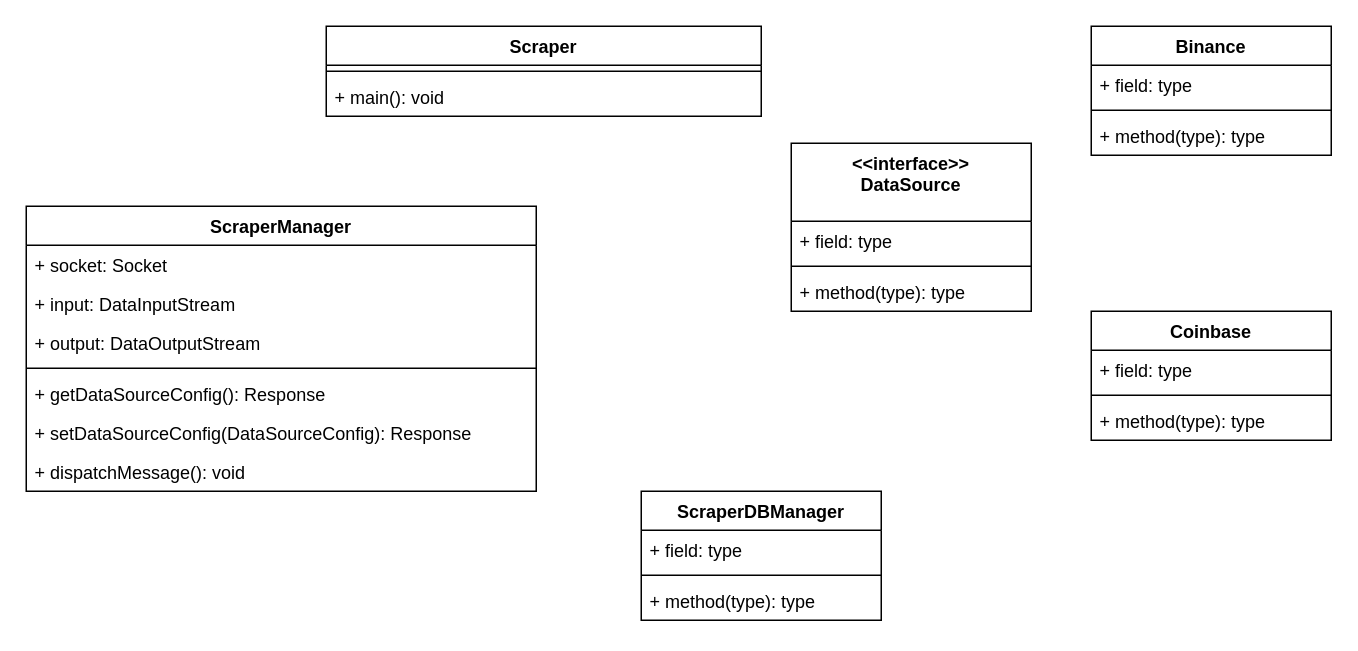
Before: page "Scraper" (3 of 4) of drawio/project.drawio in nferrante1/lsmsd2, a draw.io diagram. Source tidied: cells renumbered, new cells numbered last; positions are measured from the earlier drawing's top-left corner, leaving out a move shared by most shapes. Both pictures are drawn from the tidied source at 150%, with x=0, y=0 at pixel (26, 26).
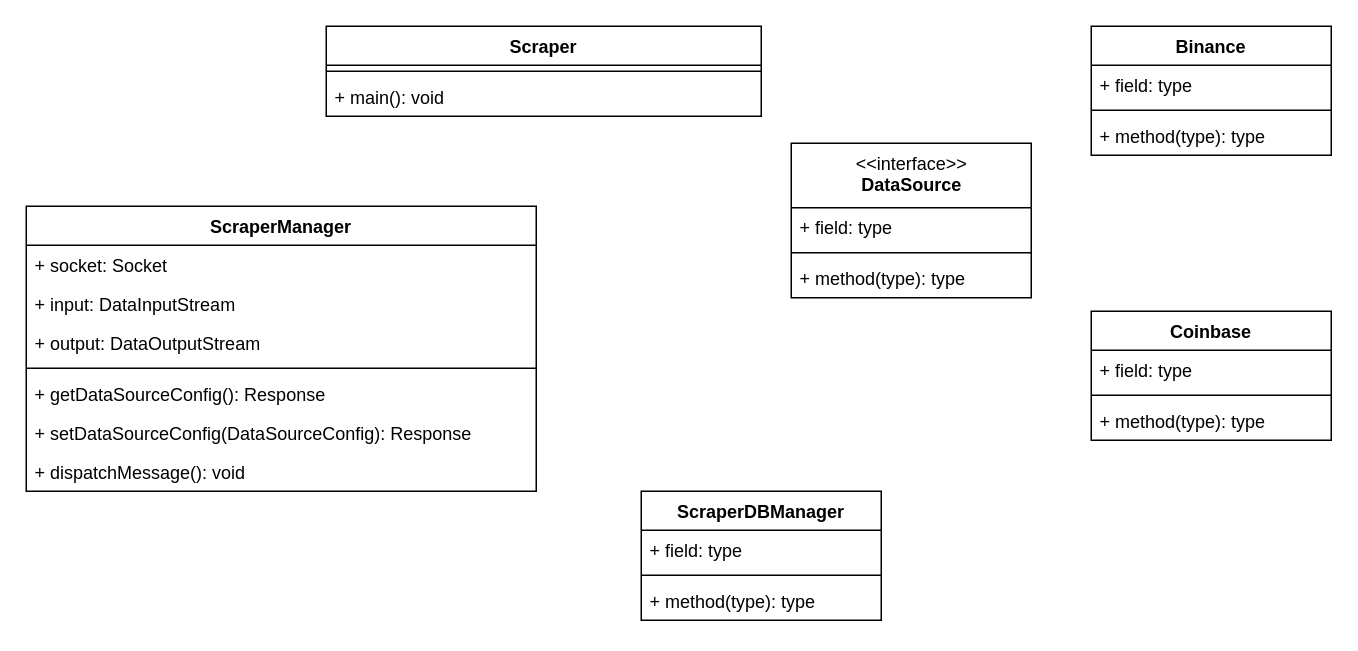
The same page after the edit.

What changed in the source:
```diff
@@
-    <mxCell id="22" value="&lt;&lt;interface&gt;&gt;&#10;DataSource" style="swimlane;fontStyle=1;align=center;verticalAlign=top;horizontal=1;startSize=52;" parent="1" vertex="1">
-      <mxGeometry x="510" y="78" width="160" height="112" as="geometry" />
+    <mxCell id="22" value="&lt;span style=&quot;font-weight: normal&quot;&gt;&amp;lt;&amp;lt;interface&amp;gt;&amp;gt;&lt;/span&gt;&lt;br&gt;DataSource" style="swimlane;fontStyle=1;align=center;verticalAlign=top;horizontal=1;startSize=43;html=1;" parent="1" vertex="1">
+      <mxGeometry x="510" y="78" width="160" height="103" as="geometry" />
     </mxCell>
     <mxCell id="23" value="+ field: type" style="text;strokeColor=none;fillColor=none;align=left;verticalAlign=top;spacingLeft=4;spacingRight=4;overflow=hidden;" parent="22" vertex="1">
-      <mxGeometry y="52" width="160" height="26" as="geometry" />
+      <mxGeometry y="43" width="160" height="26" as="geometry" />
     </mxCell>
     <mxCell id="24" style="line;strokeWidth=1;fillColor=none;align=left;verticalAlign=middle;spacingTop=-1;spacingLeft=3;spacingRight=3;labelPosition=right;" parent="22" vertex="1">
-      <mxGeometry y="78" width="160" height="8" as="geometry" />
+      <mxGeometry y="69" width="160" height="8" as="geometry" />
     </mxCell>
     <mxCell id="25" value="+ method(type): type" style="text;strokeColor=none;fillColor=none;align=left;verticalAlign=top;spacingLeft=4;spacingRight=4;overflow=hidden;" parent="22" vertex="1">
-      <mxGeometry y="86" width="160" height="26" as="geometry" />
+      <mxGeometry y="77" width="160" height="26" as="geometry" />
     </mxCell>
```
